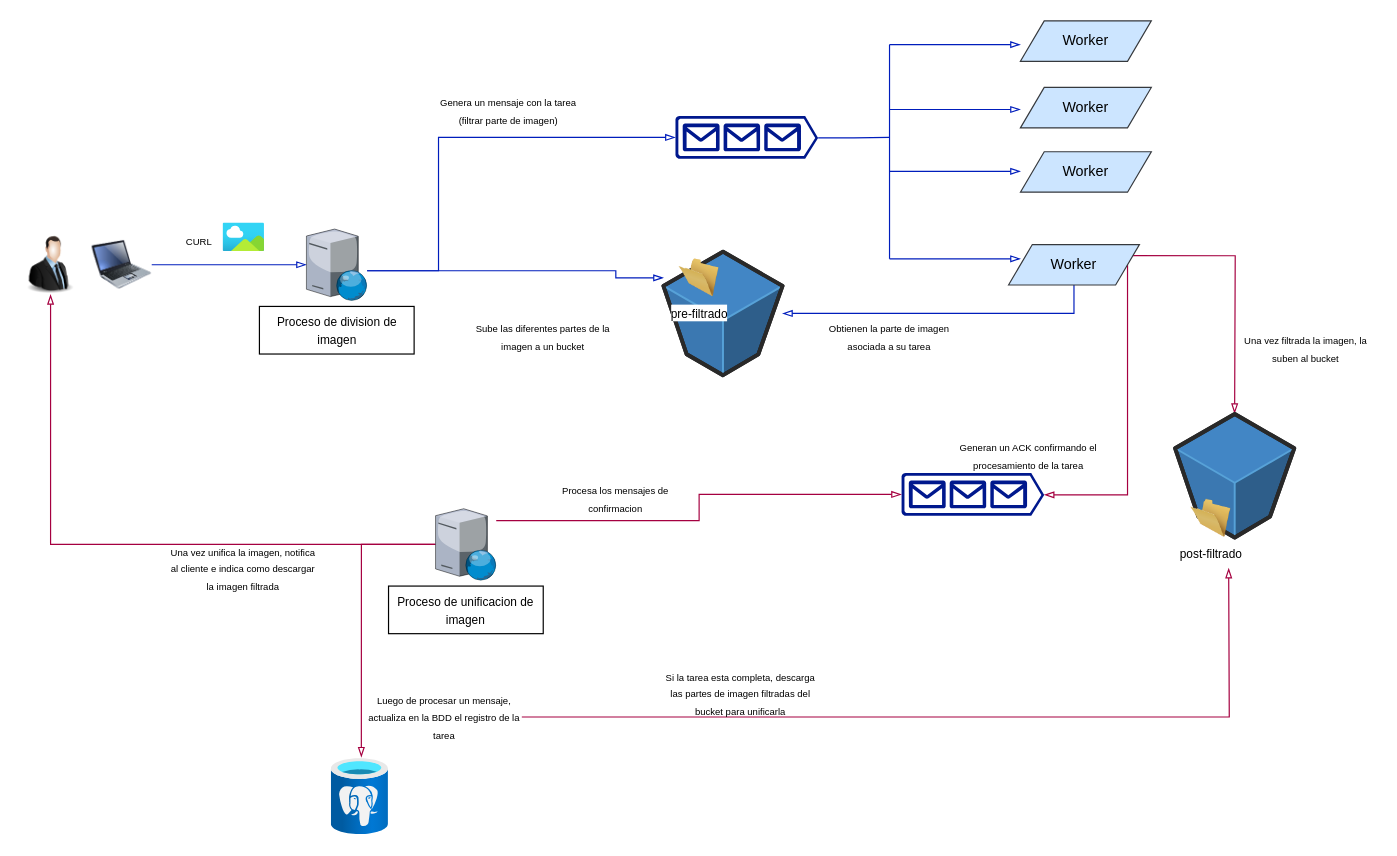
This is practica2/2-Sobel/DistributedSobel/Diagrama arquitectura.drawio from matiasgimenezdev/sistemas-distribuidos, a draw.io file, before an edit. Source tidied: cells renumbered, new cells numbered last; positions are measured from the earlier drawing's top-left corner, leaving out a move shared by most shapes. Both pictures are drawn from the tidied source at 119%, with x=0, y=0 at pixel (20, 20).
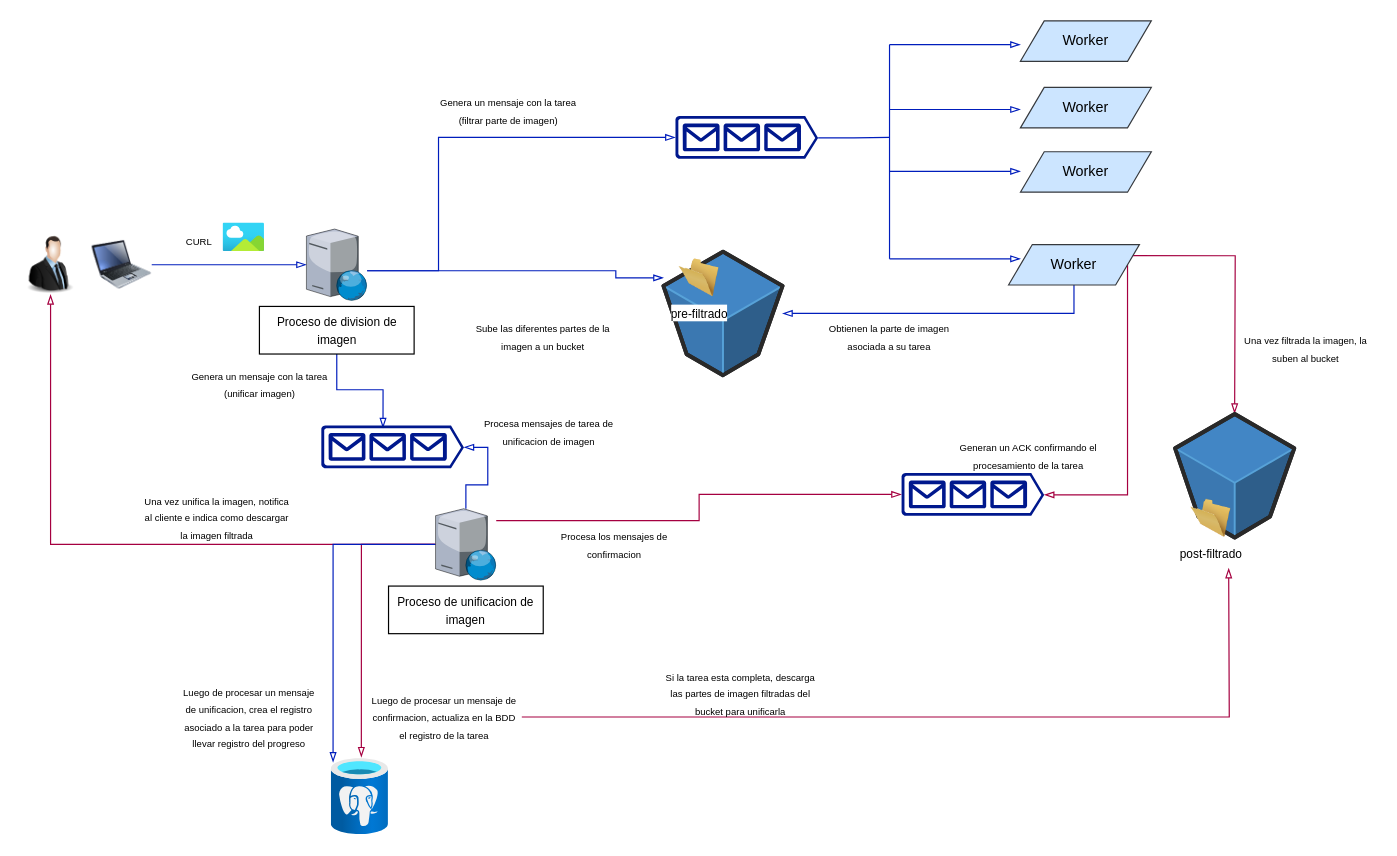
Above is the later version.

Commit message (it also covers changes not shown here):
Agrega division de imagen

Unchanged cells that the change refers to:
```xml
<mxCell id="12" value="&lt;font style=&quot;font-size: 10px;&quot;&gt;Proceso de division de imagen&lt;/font&gt;" style="rounded=0;whiteSpace=wrap;html=1;" parent="1" vertex="1">
  <mxGeometry x="200.5" y="240" width="130" height="40" as="geometry" />
</mxCell>
<mxCell id="15" style="verticalLabelPosition=bottom;sketch=0;html=1;verticalAlign=top;strokeColor=none;align=center;outlineConnect=0;shape=mxgraph.citrix.web_server;" parent="1" vertex="1">
  <mxGeometry x="348.5" y="410" width="51" height="60" as="geometry" />
</mxCell>
<mxCell id="42" style="image;html=1;points=[];align=center;fontSize=12;image=img/lib/azure2/databases/Azure_Database_PostgreSQL_Server.svg;" parent="1" vertex="1">
  <mxGeometry x="261" y="620" width="48" height="64" as="geometry" />
</mxCell>
```

Change to the diagram source:
```diff
@@
+    <mxCell id="46" style="edgeStyle=orthogonalEdgeStyle;rounded=0;jettySize=auto;html=1;exitX=0.5;exitY=1;exitDx=0;exitDy=0;entryX=0.433;entryY=0.061;entryDx=0;entryDy=0;entryPerimeter=0;fillColor=#0050ef;strokeColor=#001DBC;endArrow=blockThin;endFill=0;" parent="1" edge="1" source="12" target="49">
+      <mxGeometry relative="1" as="geometry" />
+    </mxCell>
@@
+    <mxCell id="47" style="edgeStyle=orthogonalEdgeStyle;rounded=0;jettySize=auto;html=1;entryX=1;entryY=0.51;entryDx=0;entryDy=0;entryPerimeter=0;fillColor=#0050ef;strokeColor=#001DBC;endArrow=blockThin;endFill=0;" parent="1" edge="1" source="15" target="49">
+      <mxGeometry relative="1" as="geometry" />
+    </mxCell>
+    <mxCell id="48" style="edgeStyle=orthogonalEdgeStyle;rounded=0;jettySize=auto;html=1;entryX=0.029;entryY=0.047;entryDx=0;entryDy=0;entryPerimeter=0;fillColor=#0050ef;strokeColor=#001DBC;endArrow=blockThin;endFill=0;" parent="1" edge="1" source="15" target="42">
+      <mxGeometry relative="1" as="geometry" />
+    </mxCell>
@@
     <mxCell id="41" value="&lt;font style=&quot;font-size: 8px;&quot;&gt;Procesa los mensajes de confirmacion&lt;/font&gt;" style="text;html=1;strokeColor=none;fillColor=none;align=center;verticalAlign=middle;whiteSpace=wrap;rounded=0;" parent="1" vertex="1">
-      <mxGeometry x="440" y="386" width="120" height="30" as="geometry" />
+      <mxGeometry x="439" y="425" width="120" height="30" as="geometry" />
     </mxCell>
@@
     <mxCell id="43" value="&lt;span style=&quot;font-size: 8px;&quot;&gt;Una vez unifica la imagen, notifica al cliente e indica como descargar la imagen filtrada&lt;/span&gt;" style="text;html=1;strokeColor=none;fillColor=none;align=center;verticalAlign=middle;whiteSpace=wrap;rounded=0;" parent="1" vertex="1">
-      <mxGeometry x="122.4" y="445" width="130" height="30" as="geometry" />
+      <mxGeometry x="100" y="402.2" width="130" height="30" as="geometry" />
     </mxCell>
-    <mxCell id="44" value="&lt;span style=&quot;font-size: 8px;&quot;&gt;Luego de procesar un mensaje, actualiza en la BDD el registro de la tarea&lt;/span&gt;" style="text;html=1;strokeColor=none;fillColor=none;align=center;verticalAlign=middle;whiteSpace=wrap;rounded=0;" parent="1" vertex="1">
+    <mxCell id="44" value="&lt;span style=&quot;font-size: 8px;&quot;&gt;Luego de procesar un mensaje de confirmacion, actualiza en la BDD el registro de la tarea&lt;/span&gt;" style="text;html=1;strokeColor=none;fillColor=none;align=center;verticalAlign=middle;whiteSpace=wrap;rounded=0;" parent="1" vertex="1">
       <mxGeometry x="291" y="570" width="130" height="30" as="geometry" />
     </mxCell>
@@
+    <mxCell id="49" style="sketch=0;shadow=0;dashed=0;html=1;strokeColor=none;labelPosition=center;verticalLabelPosition=bottom;verticalAlign=top;align=center;fillColor=#00188D;shape=mxgraph.azure.queue_generic;" parent="1" vertex="1">
+      <mxGeometry x="252.4" y="340" width="120" height="36" as="geometry" />
+    </mxCell>
+    <mxCell id="50" value="&lt;font style=&quot;font-size: 8px;&quot;&gt;Genera un mensaje con la tarea (unificar imagen)&lt;/font&gt;" style="text;html=1;strokeColor=none;fillColor=none;align=center;verticalAlign=middle;whiteSpace=wrap;rounded=0;" parent="1" vertex="1">
+      <mxGeometry x="141" y="290" width="120" height="30" as="geometry" />
+    </mxCell>
+    <mxCell id="51" value="&lt;span style=&quot;font-size: 8px;&quot;&gt;Procesa mensajes de tarea de unificacion de imagen&lt;/span&gt;" style="text;html=1;strokeColor=none;fillColor=none;align=center;verticalAlign=middle;whiteSpace=wrap;rounded=0;" parent="1" vertex="1">
+      <mxGeometry x="384" y="330.4" width="120" height="30" as="geometry" />
+    </mxCell>
+    <mxCell id="52" value="&lt;span style=&quot;font-size: 8px;&quot;&gt;Luego de procesar un mensaje de unificacion, crea el registro asociado a la tarea para poder llevar registro del progreso&lt;/span&gt;" style="text;html=1;strokeColor=none;fillColor=none;align=center;verticalAlign=middle;whiteSpace=wrap;rounded=0;" parent="1" vertex="1">
+      <mxGeometry x="132.4" y="570" width="120" height="30" as="geometry" />
+    </mxCell>
```
